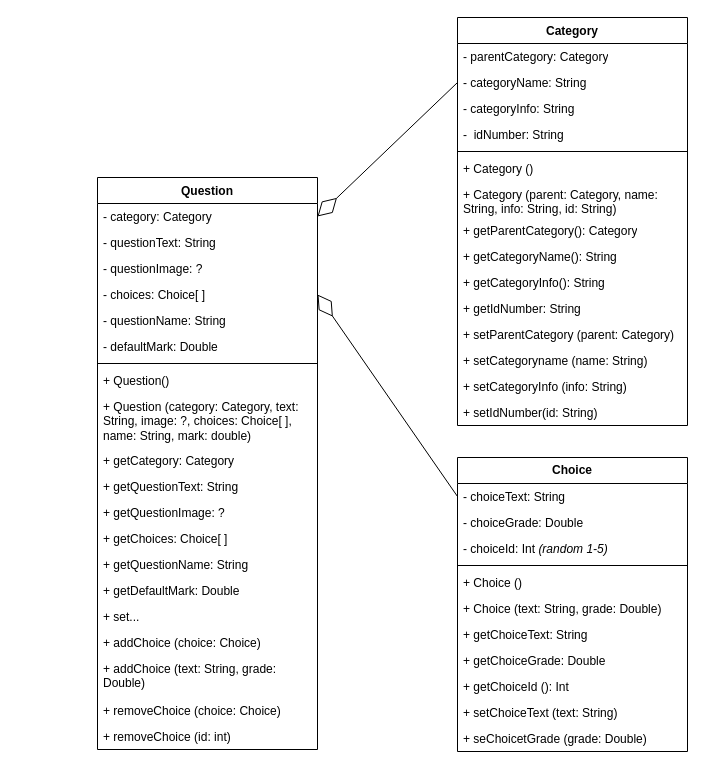
This is OOP_Diagram.drawio from ductaingn/OOP_Project, a draw.io file, before an edit. Source tidied: cells renumbered, new cells numbered last; positions are measured from the earlier drawing's top-left corner, leaving out a move shared by most shapes. Both pictures are drawn from the tidied source at 100%, with x=0, y=0 at pixel (97, 17).
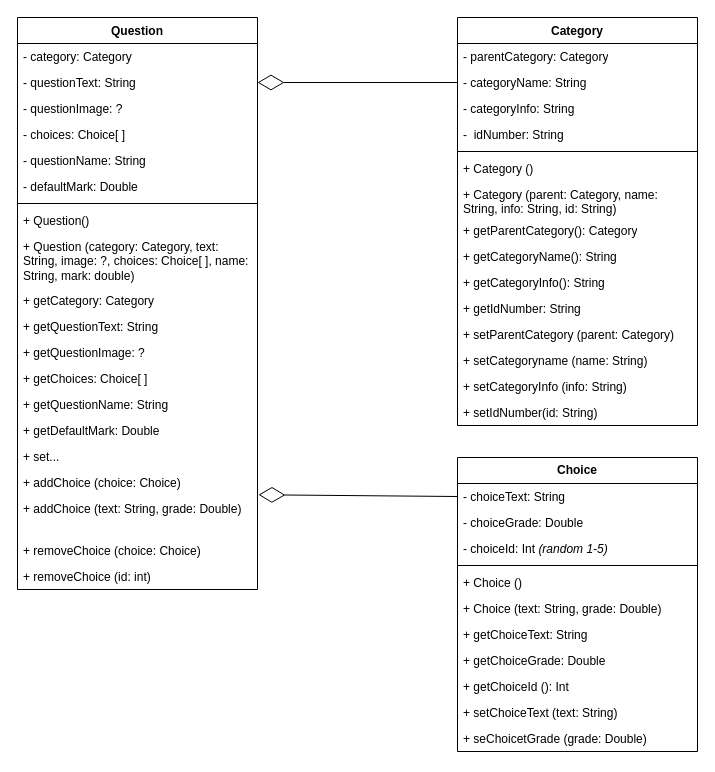
After the change.

Diff of the diagram source:
```diff
@@
     <mxCell id="2" value="Question" style="swimlane;fontStyle=1;align=center;verticalAlign=top;horizontal=1;startSize=26;whiteSpace=wrap;html=1;" parent="1" vertex="1">
-      <mxGeometry y="160" width="220" height="572" as="geometry" />
+      <mxGeometry x="-80" width="240" height="572" as="geometry" />
     </mxCell>
     <mxCell id="3" value="- category: Category&lt;br&gt;" style="text;strokeColor=none;fillColor=none;align=left;verticalAlign=top;spacingLeft=4;spacingRight=4;overflow=hidden;points=[[0,0.5],[1,0.5]];portConstraint=eastwest;whiteSpace=wrap;html=1;" parent="2" vertex="1">
-      <mxGeometry y="26" width="220" height="26" as="geometry" />
+      <mxGeometry y="26" width="240" height="26" as="geometry" />
     </mxCell>
     <mxCell id="4" value="- questionText: String" style="text;strokeColor=none;fillColor=none;align=left;verticalAlign=top;spacingLeft=4;spacingRight=4;overflow=hidden;points=[[0,0.5],[1,0.5]];portConstraint=eastwest;whiteSpace=wrap;html=1;" parent="2" vertex="1">
-      <mxGeometry y="52" width="220" height="26" as="geometry" />
+      <mxGeometry y="52" width="240" height="26" as="geometry" />
     </mxCell>
     <mxCell id="5" value="- questionImage: ?" style="text;strokeColor=none;fillColor=none;align=left;verticalAlign=top;spacingLeft=4;spacingRight=4;overflow=hidden;whiteSpace=wrap;html=1;" parent="2" vertex="1">
-      <mxGeometry y="78" width="220" height="26" as="geometry" />
+      <mxGeometry y="78" width="240" height="26" as="geometry" />
     </mxCell>
     <mxCell id="6" value="- choices: Choice[ ]" style="text;strokeColor=none;fillColor=none;align=left;verticalAlign=top;spacingLeft=4;spacingRight=4;overflow=hidden;points=[[0,0.5],[1,0.5]];portConstraint=eastwest;whiteSpace=wrap;html=1;" parent="2" vertex="1">
-      <mxGeometry y="104" width="220" height="26" as="geometry" />
+      <mxGeometry y="104" width="240" height="26" as="geometry" />
     </mxCell>
     <mxCell id="7" value="- questionName: String" style="text;strokeColor=none;fillColor=none;align=left;verticalAlign=top;spacingLeft=4;spacingRight=4;overflow=hidden;whiteSpace=wrap;html=1;" parent="2" vertex="1">
-      <mxGeometry y="130" width="220" height="26" as="geometry" />
+      <mxGeometry y="130" width="240" height="26" as="geometry" />
     </mxCell>
     <mxCell id="8" value="- defaultMark: Double" style="text;strokeColor=none;fillColor=none;align=left;verticalAlign=top;spacingLeft=4;spacingRight=4;overflow=hidden;whiteSpace=wrap;html=1;" parent="2" vertex="1">
-      <mxGeometry y="156" width="220" height="26" as="geometry" />
+      <mxGeometry y="156" width="240" height="26" as="geometry" />
     </mxCell>
     <mxCell id="9" style="line;strokeWidth=1;fillColor=none;align=left;verticalAlign=middle;spacingTop=-1;spacingLeft=3;spacingRight=3;labelPosition=right;strokeColor=inherit;" parent="2" vertex="1">
-      <mxGeometry y="182" width="220" height="8" as="geometry" />
+      <mxGeometry y="182" width="240" height="8" as="geometry" />
     </mxCell>
     <mxCell id="10" value="+ Question()" style="text;strokeColor=none;fillColor=none;align=left;verticalAlign=top;spacingLeft=4;spacingRight=4;overflow=hidden;whiteSpace=wrap;html=1;" parent="2" vertex="1">
-      <mxGeometry y="190" width="220" height="26" as="geometry" />
+      <mxGeometry y="190" width="240" height="26" as="geometry" />
     </mxCell>
     <mxCell id="11" value="+ Question (category: Category, text: String, image: ?, choices: Choice[ ], name: String, mark: double)" style="text;strokeColor=none;fillColor=none;align=left;verticalAlign=top;spacingLeft=4;spacingRight=4;overflow=hidden;whiteSpace=wrap;html=1;" parent="2" vertex="1">
-      <mxGeometry y="216" width="220" height="54" as="geometry" />
+      <mxGeometry y="216" width="240" height="54" as="geometry" />
     </mxCell>
     <mxCell id="12" value="+ getCategory: Category&lt;br&gt;" style="text;strokeColor=none;fillColor=none;align=left;verticalAlign=top;spacingLeft=4;spacingRight=4;overflow=hidden;whiteSpace=wrap;html=1;" parent="2" vertex="1">
-      <mxGeometry y="270" width="220" height="26" as="geometry" />
+      <mxGeometry y="270" width="240" height="26" as="geometry" />
     </mxCell>
     <mxCell id="13" value="+ getQuestionText: String" style="text;strokeColor=none;fillColor=none;align=left;verticalAlign=top;spacingLeft=4;spacingRight=4;overflow=hidden;whiteSpace=wrap;html=1;" parent="2" vertex="1">
-      <mxGeometry y="296" width="220" height="26" as="geometry" />
+      <mxGeometry y="296" width="240" height="26" as="geometry" />
     </mxCell>
     <mxCell id="14" value="+ getQuestionImage: ?" style="text;strokeColor=none;fillColor=none;align=left;verticalAlign=top;spacingLeft=4;spacingRight=4;overflow=hidden;whiteSpace=wrap;html=1;" parent="2" vertex="1">
-      <mxGeometry y="322" width="220" height="26" as="geometry" />
+      <mxGeometry y="322" width="240" height="26" as="geometry" />
     </mxCell>
     <mxCell id="15" value="+ getChoices: Choice[ ]" style="text;strokeColor=none;fillColor=none;align=left;verticalAlign=top;spacingLeft=4;spacingRight=4;overflow=hidden;whiteSpace=wrap;html=1;" parent="2" vertex="1">
-      <mxGeometry y="348" width="220" height="26" as="geometry" />
+      <mxGeometry y="348" width="240" height="26" as="geometry" />
     </mxCell>
     <mxCell id="16" value="+ getQuestionName: String" style="text;strokeColor=none;fillColor=none;align=left;verticalAlign=top;spacingLeft=4;spacingRight=4;overflow=hidden;whiteSpace=wrap;html=1;" parent="2" vertex="1">
-      <mxGeometry y="374" width="220" height="26" as="geometry" />
+      <mxGeometry y="374" width="240" height="26" as="geometry" />
     </mxCell>
     <mxCell id="17" value="+ getDefaultMark: Double" style="text;strokeColor=none;fillColor=none;align=left;verticalAlign=top;spacingLeft=4;spacingRight=4;overflow=hidden;whiteSpace=wrap;html=1;" parent="2" vertex="1">
-      <mxGeometry y="400" width="220" height="26" as="geometry" />
+      <mxGeometry y="400" width="240" height="26" as="geometry" />
     </mxCell>
     <mxCell id="18" value="+ set..." style="text;strokeColor=none;fillColor=none;align=left;verticalAlign=top;spacingLeft=4;spacingRight=4;overflow=hidden;whiteSpace=wrap;html=1;" parent="2" vertex="1">
-      <mxGeometry y="426" width="220" height="26" as="geometry" />
+      <mxGeometry y="426" width="240" height="26" as="geometry" />
     </mxCell>
     <mxCell id="19" value="+ addChoice (choice: Choice)" style="text;strokeColor=none;fillColor=none;align=left;verticalAlign=top;spacingLeft=4;spacingRight=4;overflow=hidden;points=[[0,0.5],[1,0.5]];portConstraint=eastwest;whiteSpace=wrap;html=1;" parent="2" vertex="1">
-      <mxGeometry y="452" width="220" height="26" as="geometry" />
+      <mxGeometry y="452" width="240" height="26" as="geometry" />
     </mxCell>
     <mxCell id="20" value="+ addChoice (text: String, grade: Double)&amp;nbsp;&amp;nbsp;" style="text;strokeColor=none;fillColor=none;align=left;verticalAlign=top;spacingLeft=4;spacingRight=4;overflow=hidden;whiteSpace=wrap;html=1;" parent="2" vertex="1">
-      <mxGeometry y="478" width="220" height="42" as="geometry" />
+      <mxGeometry y="478" width="240" height="42" as="geometry" />
     </mxCell>
     <mxCell id="21" value="+ removeChoice (choice: Choice)" style="text;strokeColor=none;fillColor=none;align=left;verticalAlign=top;spacingLeft=4;spacingRight=4;overflow=hidden;whiteSpace=wrap;html=1;" parent="2" vertex="1">
-      <mxGeometry y="520" width="220" height="26" as="geometry" />
+      <mxGeometry y="520" width="240" height="26" as="geometry" />
     </mxCell>
     <mxCell id="22" value="+ removeChoice (id: int)" style="text;strokeColor=none;fillColor=none;align=left;verticalAlign=top;spacingLeft=4;spacingRight=4;overflow=hidden;whiteSpace=wrap;html=1;" parent="2" vertex="1">
-      <mxGeometry y="546" width="220" height="26" as="geometry" />
+      <mxGeometry y="546" width="240" height="26" as="geometry" />
     </mxCell>
     <mxCell id="23" value="&lt;b&gt;Choice&lt;/b&gt;" style="swimlane;fontStyle=0;horizontal=1;startSize=26;fillColor=none;whiteSpace=wrap;html=1;" parent="1" vertex="1">
-      <mxGeometry x="360" y="440" width="230" height="294" as="geometry" />
+      <mxGeometry x="360" y="440" width="240" height="294" as="geometry" />
     </mxCell>
     <mxCell id="24" value="- choiceText: String" style="text;strokeColor=none;fillColor=none;align=left;verticalAlign=top;spacingLeft=4;spacingRight=4;overflow=hidden;points=[[0,0.5],[1,0.5]];portConstraint=eastwest;whiteSpace=wrap;html=1;" parent="23" vertex="1">
-      <mxGeometry y="26" width="230" height="26" as="geometry" />
+      <mxGeometry y="26" width="240" height="26" as="geometry" />
     </mxCell>
     <mxCell id="25" value="- choiceGrade: Double" style="text;strokeColor=none;fillColor=none;align=left;verticalAlign=top;spacingLeft=4;spacingRight=4;overflow=hidden;whiteSpace=wrap;html=1;" parent="23" vertex="1">
-      <mxGeometry y="52" width="230" height="26" as="geometry" />
+      <mxGeometry y="52" width="240" height="26" as="geometry" />
     </mxCell>
     <mxCell id="26" value="- choiceId: Int &lt;i&gt;(random 1-5)&lt;/i&gt;&amp;nbsp;" style="text;strokeColor=none;fillColor=none;align=left;verticalAlign=top;spacingLeft=4;spacingRight=4;overflow=hidden;whiteSpace=wrap;html=1;" parent="23" vertex="1">
-      <mxGeometry y="78" width="230" height="26" as="geometry" />
+      <mxGeometry y="78" width="240" height="26" as="geometry" />
     </mxCell>
     <mxCell id="27" style="line;strokeWidth=1;fillColor=none;align=left;verticalAlign=middle;spacingTop=-1;spacingLeft=3;spacingRight=3;labelPosition=right;strokeColor=inherit;" parent="23" vertex="1">
-      <mxGeometry y="104" width="230" height="8" as="geometry" />
+      <mxGeometry y="104" width="240" height="8" as="geometry" />
     </mxCell>
     <mxCell id="28" value="+ Choice ()" style="text;strokeColor=none;fillColor=none;align=left;verticalAlign=top;spacingLeft=4;spacingRight=4;overflow=hidden;whiteSpace=wrap;html=1;" parent="23" vertex="1">
-      <mxGeometry y="112" width="230" height="26" as="geometry" />
+      <mxGeometry y="112" width="240" height="26" as="geometry" />
     </mxCell>
     <mxCell id="29" value="+ Choice (text: String, grade: Double)" style="text;strokeColor=none;fillColor=none;align=left;verticalAlign=top;spacingLeft=4;spacingRight=4;overflow=hidden;whiteSpace=wrap;html=1;" parent="23" vertex="1">
-      <mxGeometry y="138" width="230" height="26" as="geometry" />
+      <mxGeometry y="138" width="240" height="26" as="geometry" />
     </mxCell>
     <mxCell id="30" value="+ getChoiceText: String" style="text;strokeColor=none;fillColor=none;align=left;verticalAlign=top;spacingLeft=4;spacingRight=4;overflow=hidden;whiteSpace=wrap;html=1;" parent="23" vertex="1">
-      <mxGeometry y="164" width="230" height="26" as="geometry" />
+      <mxGeometry y="164" width="240" height="26" as="geometry" />
     </mxCell>
     <mxCell id="31" value="+ getChoiceGrade: Double" style="text;strokeColor=none;fillColor=none;align=left;verticalAlign=top;spacingLeft=4;spacingRight=4;overflow=hidden;whiteSpace=wrap;html=1;" parent="23" vertex="1">
-      <mxGeometry y="190" width="230" height="26" as="geometry" />
+      <mxGeometry y="190" width="240" height="26" as="geometry" />
     </mxCell>
     <mxCell id="32" value="+ getChoiceId (): Int" style="text;strokeColor=none;fillColor=none;align=left;verticalAlign=top;spacingLeft=4;spacingRight=4;overflow=hidden;whiteSpace=wrap;html=1;" parent="23" vertex="1">
-      <mxGeometry y="216" width="230" height="26" as="geometry" />
+      <mxGeometry y="216" width="240" height="26" as="geometry" />
     </mxCell>
     <mxCell id="33" value="+ setChoiceText (text: String)&lt;br&gt;" style="text;strokeColor=none;fillColor=none;align=left;verticalAlign=top;spacingLeft=4;spacingRight=4;overflow=hidden;whiteSpace=wrap;html=1;" parent="23" vertex="1">
-      <mxGeometry y="242" width="230" height="26" as="geometry" />
+      <mxGeometry y="242" width="240" height="26" as="geometry" />
     </mxCell>
     <mxCell id="34" value="+ seChoicetGrade (grade: Double)" style="text;strokeColor=none;fillColor=none;align=left;verticalAlign=top;spacingLeft=4;spacingRight=4;overflow=hidden;whiteSpace=wrap;html=1;" parent="23" vertex="1">
-      <mxGeometry y="268" width="230" height="26" as="geometry" />
+      <mxGeometry y="268" width="240" height="26" as="geometry" />
     </mxCell>
     <mxCell id="35" value="Category" style="swimlane;fontStyle=1;align=center;verticalAlign=top;horizontal=1;startSize=26;whiteSpace=wrap;html=1;" parent="1" vertex="1">
-      <mxGeometry x="360" width="230" height="408" as="geometry" />
+      <mxGeometry x="360" width="240" height="408" as="geometry" />
     </mxCell>
     <mxCell id="36" value="- parentCategory: Category" style="text;strokeColor=none;fillColor=none;align=left;verticalAlign=top;spacingLeft=4;spacingRight=4;overflow=hidden;whiteSpace=wrap;html=1;" parent="35" vertex="1">
-      <mxGeometry y="26" width="230" height="26" as="geometry" />
+      <mxGeometry y="26" width="240" height="26" as="geometry" />
     </mxCell>
     <mxCell id="37" value="- categoryName: String" style="text;strokeColor=none;fillColor=none;align=left;verticalAlign=top;spacingLeft=4;spacingRight=4;overflow=hidden;points=[[0,0.5],[1,0.5]];portConstraint=eastwest;whiteSpace=wrap;html=1;" parent="35" vertex="1">
-      <mxGeometry y="52" width="230" height="26" as="geometry" />
+      <mxGeometry y="52" width="240" height="26" as="geometry" />
     </mxCell>
     <mxCell id="38" value="- categoryInfo: String" style="text;strokeColor=none;fillColor=none;align=left;verticalAlign=top;spacingLeft=4;spacingRight=4;overflow=hidden;whiteSpace=wrap;html=1;" parent="35" vertex="1">
-      <mxGeometry y="78" width="230" height="26" as="geometry" />
+      <mxGeometry y="78" width="240" height="26" as="geometry" />
     </mxCell>
     <mxCell id="39" value="-&amp;nbsp; idNumber: String" style="text;strokeColor=none;fillColor=none;align=left;verticalAlign=top;spacingLeft=4;spacingRight=4;overflow=hidden;whiteSpace=wrap;html=1;" parent="35" vertex="1">
-      <mxGeometry y="104" width="230" height="26" as="geometry" />
+      <mxGeometry y="104" width="240" height="26" as="geometry" />
     </mxCell>
     <mxCell id="40" style="line;strokeWidth=1;fillColor=none;align=left;verticalAlign=middle;spacingTop=-1;spacingLeft=3;spacingRight=3;labelPosition=right;strokeColor=inherit;" parent="35" vertex="1">
-      <mxGeometry y="130" width="230" height="8" as="geometry" />
+      <mxGeometry y="130" width="240" height="8" as="geometry" />
     </mxCell>
     <mxCell id="41" value="+ Category ()" style="text;strokeColor=none;fillColor=none;align=left;verticalAlign=top;spacingLeft=4;spacingRight=4;overflow=hidden;whiteSpace=wrap;html=1;" parent="35" vertex="1">
-      <mxGeometry y="138" width="230" height="26" as="geometry" />
+      <mxGeometry y="138" width="240" height="26" as="geometry" />
     </mxCell>
     <mxCell id="42" value="+ Category (parent: Category, name: String, info: String, id: String)" style="text;strokeColor=none;fillColor=none;align=left;verticalAlign=top;spacingLeft=4;spacingRight=4;overflow=hidden;whiteSpace=wrap;html=1;" parent="35" vertex="1">
-      <mxGeometry y="164" width="230" height="36" as="geometry" />
+      <mxGeometry y="164" width="240" height="36" as="geometry" />
     </mxCell>
     <mxCell id="43" value="+ getParentCategory(): Category" style="text;strokeColor=none;fillColor=none;align=left;verticalAlign=top;spacingLeft=4;spacingRight=4;overflow=hidden;whiteSpace=wrap;html=1;" parent="35" vertex="1">
-      <mxGeometry y="200" width="230" height="26" as="geometry" />
+      <mxGeometry y="200" width="240" height="26" as="geometry" />
     </mxCell>
     <mxCell id="44" value="+ getCategoryName(): String" style="text;strokeColor=none;fillColor=none;align=left;verticalAlign=top;spacingLeft=4;spacingRight=4;overflow=hidden;whiteSpace=wrap;html=1;" parent="35" vertex="1">
-      <mxGeometry y="226" width="230" height="26" as="geometry" />
+      <mxGeometry y="226" width="240" height="26" as="geometry" />
     </mxCell>
     <mxCell id="45" value="+ getCategoryInfo(): String" style="text;strokeColor=none;fillColor=none;align=left;verticalAlign=top;spacingLeft=4;spacingRight=4;overflow=hidden;whiteSpace=wrap;html=1;" parent="35" vertex="1">
-      <mxGeometry y="252" width="230" height="26" as="geometry" />
+      <mxGeometry y="252" width="240" height="26" as="geometry" />
     </mxCell>
     <mxCell id="46" value="+ getIdNumber: String" style="text;strokeColor=none;fillColor=none;align=left;verticalAlign=top;spacingLeft=4;spacingRight=4;overflow=hidden;whiteSpace=wrap;html=1;" parent="35" vertex="1">
-      <mxGeometry y="278" width="230" height="26" as="geometry" />
+      <mxGeometry y="278" width="240" height="26" as="geometry" />
     </mxCell>
     <mxCell id="47" value="+ setParentCategory (parent: Category)" style="text;strokeColor=none;fillColor=none;align=left;verticalAlign=top;spacingLeft=4;spacingRight=4;overflow=hidden;whiteSpace=wrap;html=1;" parent="35" vertex="1">
-      <mxGeometry y="304" width="230" height="26" as="geometry" />
+      <mxGeometry y="304" width="240" height="26" as="geometry" />
     </mxCell>
     <mxCell id="48" value="+ setCategoryname (name: String)" style="text;strokeColor=none;fillColor=none;align=left;verticalAlign=top;spacingLeft=4;spacingRight=4;overflow=hidden;whiteSpace=wrap;html=1;" parent="35" vertex="1">
-      <mxGeometry y="330" width="230" height="26" as="geometry" />
+      <mxGeometry y="330" width="240" height="26" as="geometry" />
     </mxCell>
     <mxCell id="49" value="+ setCategoryInfo (info: String)" style="text;strokeColor=none;fillColor=none;align=left;verticalAlign=top;spacingLeft=4;spacingRight=4;overflow=hidden;whiteSpace=wrap;html=1;" parent="35" vertex="1">
-      <mxGeometry y="356" width="230" height="26" as="geometry" />
+      <mxGeometry y="356" width="240" height="26" as="geometry" />
     </mxCell>
     <mxCell id="50" value="+ setIdNumber(id: String)" style="text;strokeColor=none;fillColor=none;align=left;verticalAlign=top;spacingLeft=4;spacingRight=4;overflow=hidden;whiteSpace=wrap;html=1;" parent="35" vertex="1">
-      <mxGeometry y="382" width="230" height="26" as="geometry" />
+      <mxGeometry y="382" width="240" height="26" as="geometry" />
     </mxCell>
-    <mxCell id="51" style="endArrow=diamondThin;endFill=0;endSize=24;html=1;rounded=0;exitX=0;exitY=0.5;exitDx=0;exitDy=0;entryX=1;entryY=0.5;entryDx=0;entryDy=0;" parent="1" edge="1" source="24" target="6">
+    <mxCell id="51" style="endArrow=diamondThin;endFill=0;endSize=24;html=1;rounded=0;exitX=0;exitY=0.5;exitDx=0;exitDy=0;entryX=1.004;entryY=0.972;entryDx=0;entryDy=0;entryPerimeter=0;" parent="1" edge="1" source="24" target="19">
       <mxGeometry relative="1" as="geometry" />
     </mxCell>
-    <mxCell id="52" style="endArrow=diamondThin;endFill=0;endSize=24;html=1;rounded=0;exitX=0;exitY=0.5;exitDx=0;exitDy=0;entryX=1;entryY=0.5;entryDx=0;entryDy=0;" parent="1" edge="1" source="37" target="3">
+    <mxCell id="52" style="endArrow=diamondThin;endFill=0;endSize=24;html=1;rounded=0;exitX=0;exitY=0.5;exitDx=0;exitDy=0;entryX=1;entryY=0.5;entryDx=0;entryDy=0;" parent="1" edge="1" source="37" target="4">
       <mxGeometry relative="1" as="geometry" />
     </mxCell>
```
